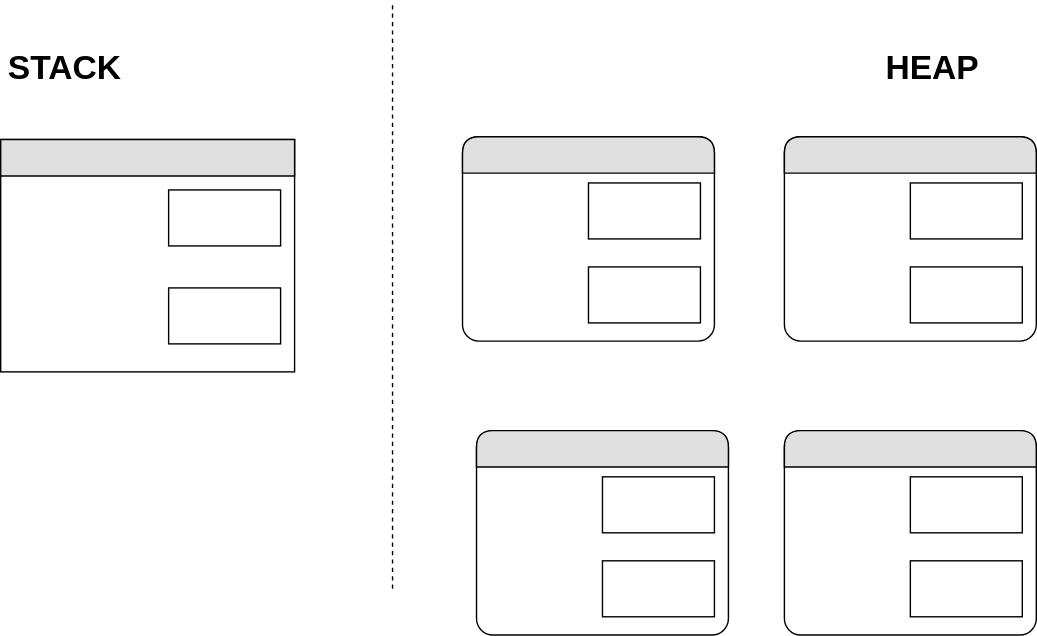
Before: img/memory_model/chap04/journal_memory_model.svg, a diagram exported from draw.io (HANICA-DWA/Eloquent-JavaScript). Source tidied: cells renumbered, new cells last; positions are measured from the earlier drawing's top-left corner, leaving out a move shared by most shapes. Its diagram source:
```xml
<mxGraphModel>
  <root>
    <mxCell id="0" />
    <mxCell id="1" parent="0" />
    <mxCell id="2" style="swimlane;html=1;fontStyle=0;horizontal=1;startSize=26;fillColor=#e0e0e0;swimlaneFillColor=#ffffff;align=center;rounded=0;shadow=0;comic=0;labelBackgroundColor=none;strokeColor=#000000;strokeWidth=1;fontFamily=Verdana;fontSize=12;fontColor=#000000;" parent="1" vertex="1">
      <mxGeometry y="99" width="210" height="166" as="geometry" />
    </mxCell>
    <mxCell id="3" style="rounded=0;whiteSpace=wrap;html=1;strokeColor=none;strokeWidth=1;fillColor=none;align=left;labelPosition=center;verticalLabelPosition=middle;verticalAlign=middle;spacingLeft=10;" parent="2" vertex="1">
      <mxGeometry y="26" width="210" height="70" as="geometry" />
    </mxCell>
    <mxCell id="4" style="rounded=0;whiteSpace=wrap;html=1;strokeColor=#000000;strokeWidth=1;fillColor=none;" parent="3" vertex="1">
      <mxGeometry x="120" y="10" width="80" height="40" as="geometry" />
    </mxCell>
    <mxCell id="5" style="rounded=0;whiteSpace=wrap;html=1;strokeColor=none;strokeWidth=1;fillColor=none;align=left;labelPosition=center;verticalLabelPosition=middle;verticalAlign=middle;spacingLeft=10;" parent="2" vertex="1">
      <mxGeometry y="96" width="210" height="70" as="geometry" />
    </mxCell>
    <mxCell id="6" style="rounded=0;whiteSpace=wrap;html=1;strokeColor=#000000;strokeWidth=1;fillColor=none;" parent="5" vertex="1">
      <mxGeometry x="120" y="10" width="80" height="40" as="geometry" />
    </mxCell>
    <mxCell id="7" value="&lt;font style=&quot;font-size: 24px&quot;&gt;&lt;b&gt;STACK&lt;/b&gt;&lt;/font&gt;" style="text;html=1;strokeColor=none;fillColor=none;align=center;verticalAlign=middle;whiteSpace=wrap;rounded=0;" parent="1" vertex="1">
      <mxGeometry y="37" width="90" height="20" as="geometry" />
    </mxCell>
    <mxCell id="8" value="&lt;font style=&quot;font-size: 24px&quot;&gt;&lt;b&gt;HEAP&lt;/b&gt;&lt;/font&gt;" style="text;html=1;strokeColor=none;fillColor=none;align=center;verticalAlign=middle;whiteSpace=wrap;rounded=0;" parent="1" vertex="1">
      <mxGeometry x="620" y="37" width="90" height="20" as="geometry" />
    </mxCell>
    <mxCell id="9" style="endArrow=none;dashed=1;html=1;" parent="1" edge="1">
      <mxGeometry relative="1" as="geometry">
        <mxPoint x="280" y="420" as="sourcePoint" />
        <mxPoint x="280" as="targetPoint" />
      </mxGeometry>
    </mxCell>
    <mxCell id="10" style="swimlane;html=1;fontStyle=0;horizontal=1;startSize=26;fillColor=#e0e0e0;swimlaneFillColor=#ffffff;align=center;rounded=1;shadow=0;comic=0;labelBackgroundColor=none;strokeColor=#000000;strokeWidth=1;fontFamily=Verdana;fontSize=12;fontColor=#000000;" parent="1" vertex="1">
      <mxGeometry x="330" y="97" width="180" height="146" as="geometry" />
    </mxCell>
    <mxCell id="11" style="rounded=0;whiteSpace=wrap;html=1;strokeColor=none;strokeWidth=1;fillColor=none;align=left;labelPosition=center;verticalLabelPosition=middle;verticalAlign=middle;spacingLeft=10;" parent="10" vertex="1">
      <mxGeometry y="26" width="180" height="60" as="geometry" />
    </mxCell>
    <mxCell id="12" style="rounded=0;whiteSpace=wrap;html=1;strokeColor=#000000;strokeWidth=1;fillColor=none;" parent="11" vertex="1">
      <mxGeometry x="90" y="7" width="80" height="40" as="geometry" />
    </mxCell>
    <mxCell id="13" style="rounded=0;whiteSpace=wrap;html=1;strokeColor=none;strokeWidth=1;fillColor=none;align=left;labelPosition=center;verticalLabelPosition=middle;verticalAlign=middle;spacingLeft=10;" parent="10" vertex="1">
      <mxGeometry y="86" width="180" height="60" as="geometry" />
    </mxCell>
    <mxCell id="14" style="rounded=0;whiteSpace=wrap;html=1;strokeColor=#000000;strokeWidth=1;fillColor=none;" parent="13" vertex="1">
      <mxGeometry x="90" y="7" width="80" height="40" as="geometry" />
    </mxCell>
    <mxCell id="15" style="swimlane;html=1;fontStyle=0;horizontal=1;startSize=26;fillColor=#e0e0e0;swimlaneFillColor=#ffffff;align=center;rounded=1;shadow=0;comic=0;labelBackgroundColor=none;strokeColor=#000000;strokeWidth=1;fontFamily=Verdana;fontSize=12;fontColor=#000000;" parent="1" vertex="1">
      <mxGeometry x="560" y="97" width="180" height="146" as="geometry" />
    </mxCell>
    <mxCell id="16" style="rounded=0;whiteSpace=wrap;html=1;strokeColor=none;strokeWidth=1;fillColor=none;align=left;labelPosition=center;verticalLabelPosition=middle;verticalAlign=middle;spacingLeft=10;" parent="15" vertex="1">
      <mxGeometry y="26" width="180" height="60" as="geometry" />
    </mxCell>
    <mxCell id="17" style="rounded=0;whiteSpace=wrap;html=1;strokeColor=#000000;strokeWidth=1;fillColor=none;" parent="16" vertex="1">
      <mxGeometry x="90" y="7" width="80" height="40" as="geometry" />
    </mxCell>
    <mxCell id="18" style="rounded=0;whiteSpace=wrap;html=1;strokeColor=none;strokeWidth=1;fillColor=none;align=left;labelPosition=center;verticalLabelPosition=middle;verticalAlign=middle;spacingLeft=10;" parent="15" vertex="1">
      <mxGeometry y="86" width="180" height="60" as="geometry" />
    </mxCell>
    <mxCell id="19" style="rounded=0;whiteSpace=wrap;html=1;strokeColor=#000000;strokeWidth=1;fillColor=none;" parent="18" vertex="1">
      <mxGeometry x="90" y="7" width="80" height="40" as="geometry" />
    </mxCell>
    <mxCell id="20" style="swimlane;html=1;fontStyle=0;horizontal=1;startSize=26;fillColor=#e0e0e0;swimlaneFillColor=#ffffff;align=center;rounded=1;shadow=0;comic=0;labelBackgroundColor=none;strokeColor=#000000;strokeWidth=1;fontFamily=Verdana;fontSize=12;fontColor=#000000;" parent="1" vertex="1">
      <mxGeometry x="340" y="307" width="180" height="146" as="geometry" />
    </mxCell>
    <mxCell id="21" style="rounded=0;whiteSpace=wrap;html=1;strokeColor=none;strokeWidth=1;fillColor=none;align=left;labelPosition=center;verticalLabelPosition=middle;verticalAlign=middle;spacingLeft=10;" parent="20" vertex="1">
      <mxGeometry y="26" width="180" height="60" as="geometry" />
    </mxCell>
    <mxCell id="22" style="rounded=0;whiteSpace=wrap;html=1;strokeColor=#000000;strokeWidth=1;fillColor=none;" parent="21" vertex="1">
      <mxGeometry x="90" y="7" width="80" height="40" as="geometry" />
    </mxCell>
    <mxCell id="23" style="rounded=0;whiteSpace=wrap;html=1;strokeColor=none;strokeWidth=1;fillColor=none;align=left;labelPosition=center;verticalLabelPosition=middle;verticalAlign=middle;spacingLeft=10;" parent="20" vertex="1">
      <mxGeometry y="86" width="180" height="60" as="geometry" />
    </mxCell>
    <mxCell id="24" style="rounded=0;whiteSpace=wrap;html=1;strokeColor=#000000;strokeWidth=1;fillColor=none;" parent="23" vertex="1">
      <mxGeometry x="90" y="7" width="80" height="40" as="geometry" />
    </mxCell>
    <mxCell id="25" style="swimlane;html=1;fontStyle=0;horizontal=1;startSize=26;fillColor=#e0e0e0;swimlaneFillColor=#ffffff;align=center;rounded=1;shadow=0;comic=0;labelBackgroundColor=none;strokeColor=#000000;strokeWidth=1;fontFamily=Verdana;fontSize=12;fontColor=#000000;" parent="1" vertex="1">
      <mxGeometry x="560" y="307" width="180" height="146" as="geometry" />
    </mxCell>
    <mxCell id="26" style="rounded=0;whiteSpace=wrap;html=1;strokeColor=none;strokeWidth=1;fillColor=none;align=left;labelPosition=center;verticalLabelPosition=middle;verticalAlign=middle;spacingLeft=10;" parent="25" vertex="1">
      <mxGeometry y="26" width="180" height="60" as="geometry" />
    </mxCell>
    <mxCell id="27" style="rounded=0;whiteSpace=wrap;html=1;strokeColor=#000000;strokeWidth=1;fillColor=none;" parent="26" vertex="1">
      <mxGeometry x="90" y="7" width="80" height="40" as="geometry" />
    </mxCell>
    <mxCell id="28" style="rounded=0;whiteSpace=wrap;html=1;strokeColor=none;strokeWidth=1;fillColor=none;align=left;labelPosition=center;verticalLabelPosition=middle;verticalAlign=middle;spacingLeft=10;" parent="25" vertex="1">
      <mxGeometry y="86" width="180" height="60" as="geometry" />
    </mxCell>
    <mxCell id="29" style="rounded=0;whiteSpace=wrap;html=1;strokeColor=#000000;strokeWidth=1;fillColor=none;" parent="28" vertex="1">
      <mxGeometry x="90" y="7" width="80" height="40" as="geometry" />
    </mxCell>
  </root>
</mxGraphModel>
```
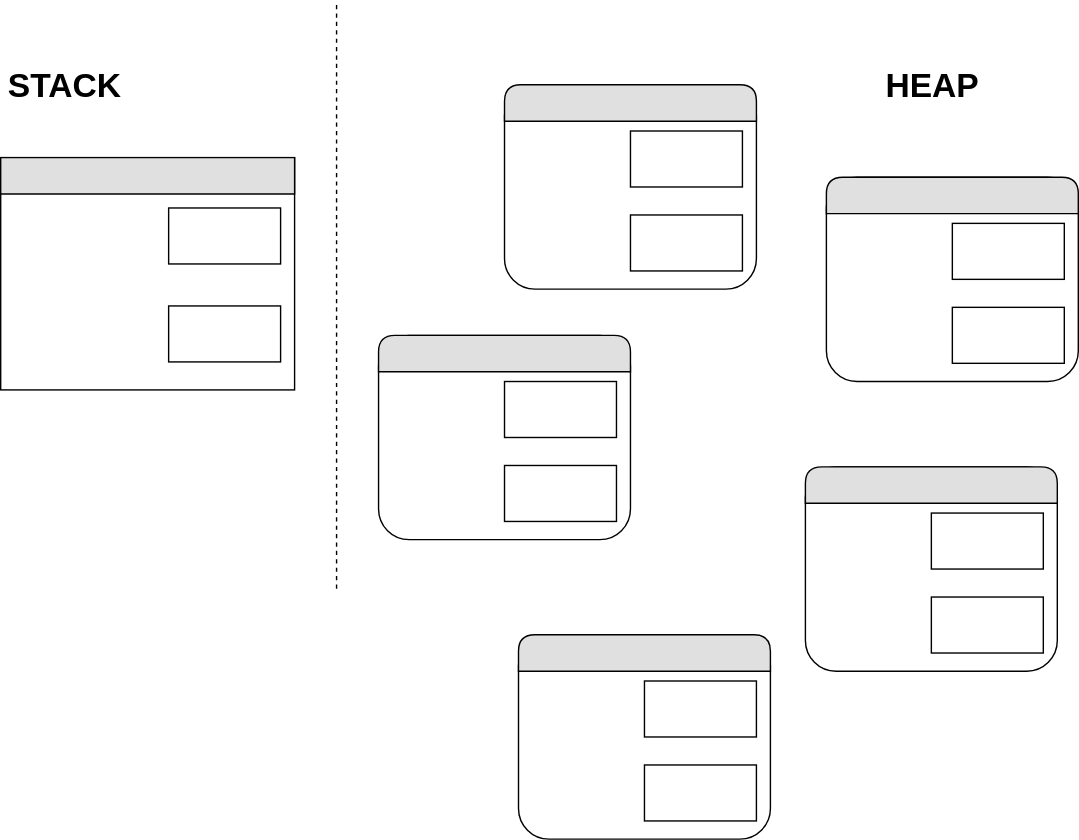
Above is the later version.

Diff of the diagram source:
```diff
@@ -25,12 +25,12 @@
     </mxCell>
     <mxCell id="9" style="endArrow=none;dashed=1;html=1;" parent="1" edge="1">
       <mxGeometry relative="1" as="geometry">
-        <mxPoint x="280" y="420" as="sourcePoint" />
-        <mxPoint x="280" as="targetPoint" />
+        <mxPoint x="240" y="407" as="sourcePoint" />
+        <mxPoint x="240" y="-13" as="targetPoint" />
       </mxGeometry>
     </mxCell>
     <mxCell id="10" style="swimlane;html=1;fontStyle=0;horizontal=1;startSize=26;fillColor=#e0e0e0;swimlaneFillColor=#ffffff;align=center;rounded=1;shadow=0;comic=0;labelBackgroundColor=none;strokeColor=#000000;strokeWidth=1;fontFamily=Verdana;fontSize=12;fontColor=#000000;" parent="1" vertex="1">
-      <mxGeometry x="330" y="97" width="180" height="146" as="geometry" />
+      <mxGeometry x="360" y="47" width="180" height="146" as="geometry" />
     </mxCell>
     <mxCell id="11" style="rounded=0;whiteSpace=wrap;html=1;strokeColor=none;strokeWidth=1;fillColor=none;align=left;labelPosition=center;verticalLabelPosition=middle;verticalAlign=middle;spacingLeft=10;" parent="10" vertex="1">
       <mxGeometry y="26" width="180" height="60" as="geometry" />
@@ -45,7 +45,7 @@
       <mxGeometry x="90" y="7" width="80" height="40" as="geometry" />
     </mxCell>
     <mxCell id="15" style="swimlane;html=1;fontStyle=0;horizontal=1;startSize=26;fillColor=#e0e0e0;swimlaneFillColor=#ffffff;align=center;rounded=1;shadow=0;comic=0;labelBackgroundColor=none;strokeColor=#000000;strokeWidth=1;fontFamily=Verdana;fontSize=12;fontColor=#000000;" parent="1" vertex="1">
-      <mxGeometry x="560" y="97" width="180" height="146" as="geometry" />
+      <mxGeometry x="590" y="113" width="180" height="146" as="geometry" />
     </mxCell>
     <mxCell id="16" style="rounded=0;whiteSpace=wrap;html=1;strokeColor=none;strokeWidth=1;fillColor=none;align=left;labelPosition=center;verticalLabelPosition=middle;verticalAlign=middle;spacingLeft=10;" parent="15" vertex="1">
       <mxGeometry y="26" width="180" height="60" as="geometry" />
@@ -60,7 +60,7 @@
       <mxGeometry x="90" y="7" width="80" height="40" as="geometry" />
     </mxCell>
     <mxCell id="20" style="swimlane;html=1;fontStyle=0;horizontal=1;startSize=26;fillColor=#e0e0e0;swimlaneFillColor=#ffffff;align=center;rounded=1;shadow=0;comic=0;labelBackgroundColor=none;strokeColor=#000000;strokeWidth=1;fontFamily=Verdana;fontSize=12;fontColor=#000000;" parent="1" vertex="1">
-      <mxGeometry x="340" y="307" width="180" height="146" as="geometry" />
+      <mxGeometry x="370" y="440" width="180" height="146" as="geometry" />
     </mxCell>
     <mxCell id="21" style="rounded=0;whiteSpace=wrap;html=1;strokeColor=none;strokeWidth=1;fillColor=none;align=left;labelPosition=center;verticalLabelPosition=middle;verticalAlign=middle;spacingLeft=10;" parent="20" vertex="1">
       <mxGeometry y="26" width="180" height="60" as="geometry" />
@@ -75,7 +75,7 @@
       <mxGeometry x="90" y="7" width="80" height="40" as="geometry" />
     </mxCell>
     <mxCell id="25" style="swimlane;html=1;fontStyle=0;horizontal=1;startSize=26;fillColor=#e0e0e0;swimlaneFillColor=#ffffff;align=center;rounded=1;shadow=0;comic=0;labelBackgroundColor=none;strokeColor=#000000;strokeWidth=1;fontFamily=Verdana;fontSize=12;fontColor=#000000;" parent="1" vertex="1">
-      <mxGeometry x="560" y="307" width="180" height="146" as="geometry" />
+      <mxGeometry x="575" y="320" width="180" height="146" as="geometry" />
     </mxCell>
     <mxCell id="26" style="rounded=0;whiteSpace=wrap;html=1;strokeColor=none;strokeWidth=1;fillColor=none;align=left;labelPosition=center;verticalLabelPosition=middle;verticalAlign=middle;spacingLeft=10;" parent="25" vertex="1">
       <mxGeometry y="26" width="180" height="60" as="geometry" />
@@ -89,5 +89,20 @@
     <mxCell id="29" style="rounded=0;whiteSpace=wrap;html=1;strokeColor=#000000;strokeWidth=1;fillColor=none;" parent="28" vertex="1">
       <mxGeometry x="90" y="7" width="80" height="40" as="geometry" />
     </mxCell>
+    <mxCell id="30" style="swimlane;html=1;fontStyle=0;horizontal=1;startSize=26;fillColor=#e0e0e0;swimlaneFillColor=#ffffff;align=center;rounded=1;shadow=0;comic=0;labelBackgroundColor=none;strokeColor=#000000;strokeWidth=1;fontFamily=Verdana;fontSize=12;fontColor=#000000;" parent="1" vertex="1">
+      <mxGeometry x="270" y="226" width="180" height="146" as="geometry" />
+    </mxCell>
+    <mxCell id="31" style="rounded=0;whiteSpace=wrap;html=1;strokeColor=none;strokeWidth=1;fillColor=none;align=left;labelPosition=center;verticalLabelPosition=middle;verticalAlign=middle;spacingLeft=10;" parent="30" vertex="1">
+      <mxGeometry y="26" width="180" height="60" as="geometry" />
+    </mxCell>
+    <mxCell id="32" style="rounded=0;whiteSpace=wrap;html=1;strokeColor=#000000;strokeWidth=1;fillColor=none;" parent="31" vertex="1">
+      <mxGeometry x="90" y="7" width="80" height="40" as="geometry" />
+    </mxCell>
+    <mxCell id="33" style="rounded=0;whiteSpace=wrap;html=1;strokeColor=none;strokeWidth=1;fillColor=none;align=left;labelPosition=center;verticalLabelPosition=middle;verticalAlign=middle;spacingLeft=10;" parent="30" vertex="1">
+      <mxGeometry y="86" width="180" height="60" as="geometry" />
+    </mxCell>
+    <mxCell id="34" style="rounded=0;whiteSpace=wrap;html=1;strokeColor=#000000;strokeWidth=1;fillColor=none;" parent="33" vertex="1">
+      <mxGeometry x="90" y="7" width="80" height="40" as="geometry" />
+    </mxCell>
   </root>
 </mxGraphModel>
```
